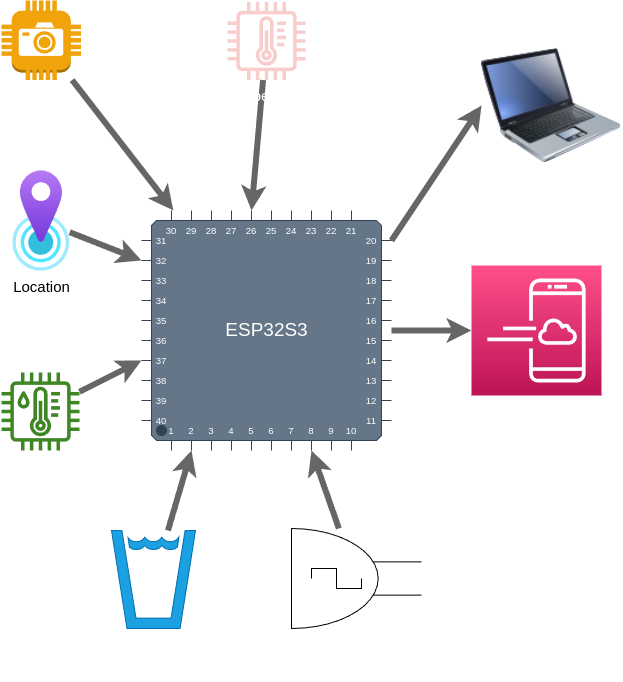
The draw.io diagram workflow.png in partha235/fish_monitor, before a commit. Source tidied: cells renumbered, new cells last; positions are measured from the earlier drawing's top-left corner, leaving out a move shared by most shapes.
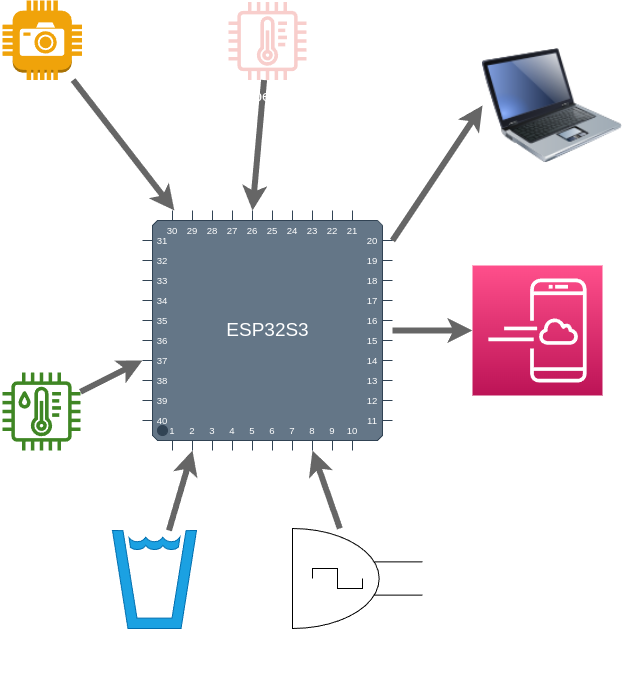
Above is the later version.

Change to the diagram source:
```diff
@@ -17,12 +17,6 @@
     <mxCell id="6" value="&lt;font color=&quot;#ffffff&quot;&gt;Camera&lt;/font&gt;" style="outlineConnect=0;dashed=0;verticalLabelPosition=bottom;verticalAlign=top;align=center;html=1;shape=mxgraph.aws3.camera;fillColor=#f0a30a;fontSize=19;fontColor=#000000;strokeColor=#BD7000;" parent="1" vertex="1">
       <mxGeometry width="79.5" height="79.5" as="geometry" />
     </mxCell>
-    <mxCell id="7" style="edgeStyle=none;html=1;entryX=0;entryY=0;entryDx=0;entryDy=50;entryPerimeter=0;strokeWidth=6;fontSize=19;fillColor=#f5f5f5;strokeColor=#666666;" parent="1" edge="1" source="8" target="4">
-      <mxGeometry relative="1" as="geometry" />
-    </mxCell>
-    <mxCell id="8" value="&lt;font style=&quot;font-size: 15px;&quot;&gt;Location&lt;/font&gt;" style="html=1;points=[];align=center;image;fontSize=12;image=img/lib/azure2/general/Location.svg;" parent="1" vertex="1">
-      <mxGeometry x="11.3" y="170" width="56.9" height="101" as="geometry" />
-    </mxCell>
     <mxCell id="9" style="edgeStyle=none;html=1;entryX=0;entryY=0;entryDx=0;entryDy=150;entryPerimeter=0;strokeWidth=6;fontSize=19;fillColor=#f5f5f5;strokeColor=#666666;" parent="1" edge="1" source="10" target="4">
       <mxGeometry relative="1" as="geometry" />
     </mxCell>
```
